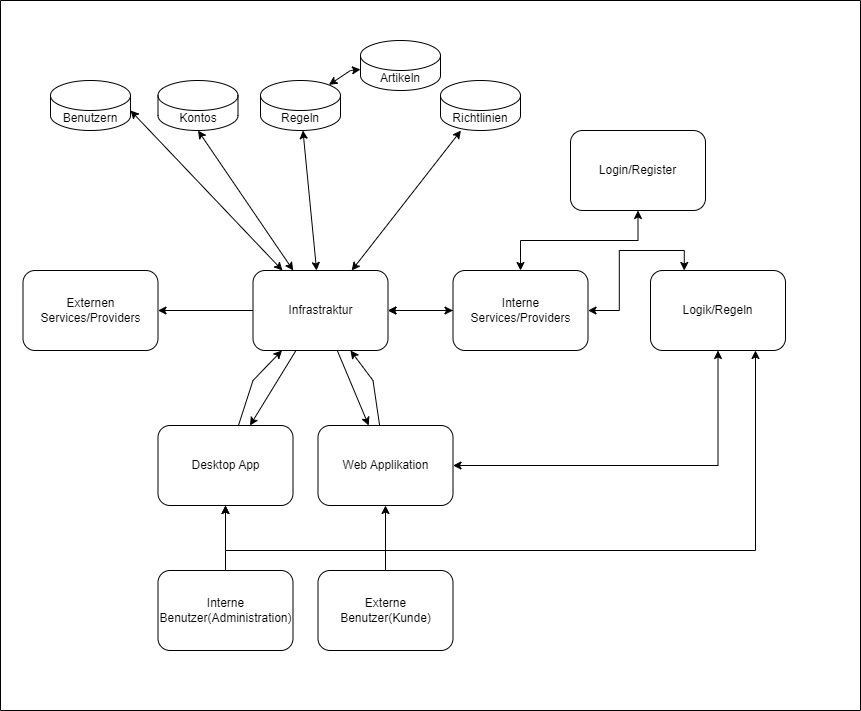
Earlier version of the draw.io export Assets/HighLevelDesignDiagramm.png (mykhaylo-zhovkevych/LibraryProject). Source tidied: cells renumbered, new cells last; positions are measured from the earlier drawing's top-left corner, leaving out a move shared by most shapes. The source it was exported from:
```xml
<mxGraphModel>
  <root>
    <mxCell id="0" />
    <mxCell id="1" parent="0" />
    <mxCell id="2" value="Externe Benutzer(Kunde)" style="rounded=1;whiteSpace=wrap;html=1;" parent="1" vertex="1">
      <mxGeometry x="317.5" y="570" width="135" height="80" as="geometry" />
    </mxCell>
    <mxCell id="3" style="swimlane;startSize=0;" parent="1" vertex="1">
      <mxGeometry width="860" height="710" as="geometry" />
    </mxCell>
    <mxCell id="4" value="Benutzern" style="shape=cylinder3;whiteSpace=wrap;html=1;boundedLbl=1;backgroundOutline=1;size=15;" parent="3" vertex="1">
      <mxGeometry x="50" y="80" width="80" height="50" as="geometry" />
    </mxCell>
    <mxCell id="5" style="edgeStyle=orthogonalEdgeStyle;rounded=0;jettySize=auto;html=1;startArrow=classic;startFill=1;" parent="3" edge="1" source="6" target="29">
      <mxGeometry relative="1" as="geometry" />
    </mxCell>
    <mxCell id="6" value="Web Applikation" style="rounded=1;whiteSpace=wrap;html=1;" parent="3" vertex="1">
      <mxGeometry x="317.5" y="425" width="135" height="80" as="geometry" />
    </mxCell>
    <mxCell id="7" value="Desktop App" style="rounded=1;whiteSpace=wrap;html=1;" parent="3" vertex="1">
      <mxGeometry x="157.5" y="425" width="135" height="80" as="geometry" />
    </mxCell>
    <mxCell id="8" value="Infrastraktur" style="rounded=1;whiteSpace=wrap;html=1;" parent="3" vertex="1">
      <mxGeometry x="252.5" y="270" width="135" height="80" as="geometry" />
    </mxCell>
    <mxCell id="9" style="endArrow=classic;html=1;rounded=0;" parent="3" edge="1" source="8" target="7">
      <mxGeometry relative="1" as="geometry" />
    </mxCell>
    <mxCell id="10" style="endArrow=classic;html=1;rounded=0;" parent="3" edge="1" source="8" target="6">
      <mxGeometry relative="1" as="geometry" />
    </mxCell>
    <mxCell id="11" style="endArrow=classic;html=1;rounded=0;" parent="3" edge="1" source="6" target="8">
      <mxGeometry relative="1" as="geometry">
        <Array as="points">
          <mxPoint x="372.5" y="380" />
        </Array>
      </mxGeometry>
    </mxCell>
    <mxCell id="12" style="endArrow=classic;html=1;rounded=0;" parent="3" edge="1" source="7" target="8">
      <mxGeometry relative="1" as="geometry">
        <Array as="points">
          <mxPoint x="252.5" y="380" />
        </Array>
      </mxGeometry>
    </mxCell>
    <mxCell id="13" style="edgeStyle=orthogonalEdgeStyle;rounded=0;jettySize=auto;html=1;entryX=1;entryY=0.5;entryDx=0;entryDy=0;" parent="3" edge="1" source="8" target="14">
      <mxGeometry relative="1" as="geometry" />
    </mxCell>
    <mxCell id="14" value="Externen Services/Providers" style="rounded=1;whiteSpace=wrap;html=1;" parent="3" vertex="1">
      <mxGeometry x="22.5" y="270" width="135" height="80" as="geometry" />
    </mxCell>
    <mxCell id="15" value="Artikeln" style="shape=cylinder3;whiteSpace=wrap;html=1;boundedLbl=1;backgroundOutline=1;size=15;" parent="3" vertex="1">
      <mxGeometry x="360" y="40" width="80" height="50" as="geometry" />
    </mxCell>
    <mxCell id="16" value="Richtlinien" style="shape=cylinder3;whiteSpace=wrap;html=1;boundedLbl=1;backgroundOutline=1;size=15;" parent="3" vertex="1">
      <mxGeometry x="440" y="80" width="80" height="50" as="geometry" />
    </mxCell>
    <mxCell id="17" value="Kontos" style="shape=cylinder3;whiteSpace=wrap;html=1;boundedLbl=1;backgroundOutline=1;size=15;" parent="3" vertex="1">
      <mxGeometry x="157.5" y="80" width="80" height="50" as="geometry" />
    </mxCell>
    <mxCell id="18" value="Regeln" style="shape=cylinder3;whiteSpace=wrap;html=1;boundedLbl=1;backgroundOutline=1;size=15;" parent="3" vertex="1">
      <mxGeometry x="260" y="80" width="80" height="50" as="geometry" />
    </mxCell>
    <mxCell id="19" style="endArrow=classic;html=1;rounded=0;entryX=0.855;entryY=0;entryDx=0;entryDy=4.35;entryPerimeter=0;startArrow=classic;startFill=1;" parent="3" edge="1" source="15" target="18">
      <mxGeometry relative="1" as="geometry">
        <Array as="points">
          <mxPoint x="350" y="70" />
        </Array>
      </mxGeometry>
    </mxCell>
    <mxCell id="20" style="endArrow=classic;startArrow=classic;html=1;rounded=0;" parent="3" edge="1" source="8" target="18">
      <mxGeometry relative="1" as="geometry" />
    </mxCell>
    <mxCell id="21" style="endArrow=classic;startArrow=classic;html=1;rounded=0;" parent="3" edge="1" source="8" target="16">
      <mxGeometry relative="1" as="geometry" />
    </mxCell>
    <mxCell id="22" style="endArrow=classic;startArrow=classic;html=1;rounded=0;entryX=1;entryY=0;entryDx=0;entryDy=30;entryPerimeter=0;" parent="3" edge="1" source="8" target="4">
      <mxGeometry relative="1" as="geometry" />
    </mxCell>
    <mxCell id="23" style="endArrow=classic;startArrow=classic;html=1;rounded=0;entryX=0.5;entryY=1;entryDx=0;entryDy=0;entryPerimeter=0;" parent="3" edge="1" source="8" target="17">
      <mxGeometry relative="1" as="geometry" />
    </mxCell>
    <mxCell id="24" style="edgeStyle=orthogonalEdgeStyle;rounded=0;jettySize=auto;html=1;entryX=1;entryY=0.5;entryDx=0;entryDy=0;endArrow=classic;endFill=1;" parent="3" edge="1" source="27" target="8">
      <mxGeometry relative="1" as="geometry">
        <Array as="points">
          <mxPoint x="430" y="310" />
          <mxPoint x="430" y="310" />
        </Array>
      </mxGeometry>
    </mxCell>
    <mxCell id="25" style="edgeStyle=orthogonalEdgeStyle;rounded=0;jettySize=auto;html=1;startArrow=classic;startFill=1;" parent="3" edge="1" source="27" target="8">
      <mxGeometry relative="1" as="geometry" />
    </mxCell>
    <mxCell id="26" style="edgeStyle=orthogonalEdgeStyle;rounded=0;jettySize=auto;html=1;entryX=0.25;entryY=0;entryDx=0;entryDy=0;startArrow=classic;startFill=1;" parent="3" edge="1" source="27" target="29">
      <mxGeometry relative="1" as="geometry" />
    </mxCell>
    <mxCell id="27" value="Interne Services/Providers" style="rounded=1;whiteSpace=wrap;html=1;" parent="3" vertex="1">
      <mxGeometry x="452.5" y="270" width="135" height="80" as="geometry" />
    </mxCell>
    <mxCell id="28" value="Login/Register" style="rounded=1;whiteSpace=wrap;html=1;" parent="3" vertex="1">
      <mxGeometry x="570" y="130" width="135" height="80" as="geometry" />
    </mxCell>
    <mxCell id="29" value="Logik/Regeln" style="rounded=1;whiteSpace=wrap;html=1;" parent="3" vertex="1">
      <mxGeometry x="650" y="270" width="135" height="80" as="geometry" />
    </mxCell>
    <mxCell id="30" style="edgeStyle=orthogonalEdgeStyle;rounded=0;jettySize=auto;html=1;startArrow=classic;startFill=1;" parent="3" edge="1" source="27" target="28">
      <mxGeometry relative="1" as="geometry" />
    </mxCell>
    <mxCell id="31" style="edgeStyle=orthogonalEdgeStyle;rounded=0;jettySize=auto;html=1;startArrow=classic;startFill=1;" parent="3" edge="1" source="7" target="29">
      <mxGeometry relative="1" as="geometry">
        <Array as="points">
          <mxPoint x="225" y="550" />
          <mxPoint x="755" y="550" />
        </Array>
      </mxGeometry>
    </mxCell>
    <mxCell id="32" style="endArrow=classic;html=1;rounded=0;exitX=0.5;exitY=0;exitDx=0;exitDy=0;" parent="1" edge="1" source="2" target="6">
      <mxGeometry relative="1" as="geometry" />
    </mxCell>
    <mxCell id="33" value="Interne Benutzer(Administration)" style="rounded=1;whiteSpace=wrap;html=1;" parent="1" vertex="1">
      <mxGeometry x="157.5" y="570" width="135" height="80" as="geometry" />
    </mxCell>
    <mxCell id="34" style="endArrow=classic;html=1;rounded=0;exitX=0.5;exitY=0;exitDx=0;exitDy=0;" parent="1" edge="1" source="33" target="7">
      <mxGeometry relative="1" as="geometry" />
    </mxCell>
  </root>
</mxGraphModel>
```
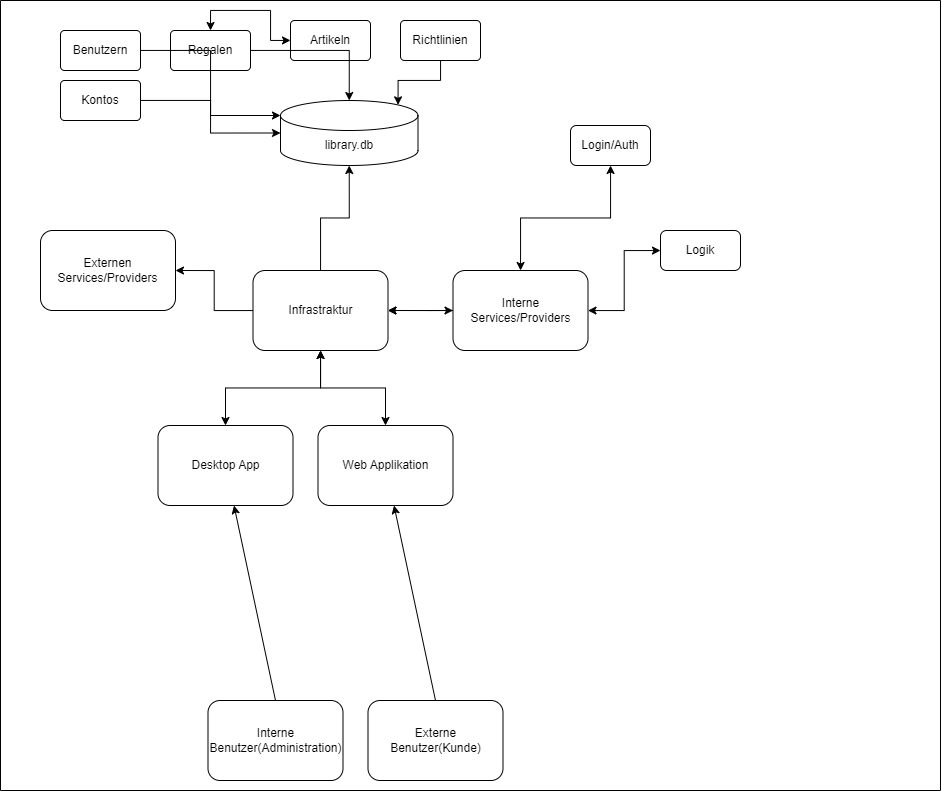
Later version of the same file.

The edit, as a diff of the source:
```diff
@@ -6,80 +6,29 @@
       <mxGeometry x="317.5" y="570" width="135" height="80" as="geometry" />
     </mxCell>
     <mxCell id="3" style="swimlane;startSize=0;" parent="1" vertex="1">
-      <mxGeometry width="860" height="710" as="geometry" />
+      <mxGeometry x="-50" y="-130" width="940" height="790" as="geometry" />
     </mxCell>
-    <mxCell id="4" value="Benutzern" style="shape=cylinder3;whiteSpace=wrap;html=1;boundedLbl=1;backgroundOutline=1;size=15;" parent="3" vertex="1">
-      <mxGeometry x="50" y="80" width="80" height="50" as="geometry" />
-    </mxCell>
-    <mxCell id="5" style="edgeStyle=orthogonalEdgeStyle;rounded=0;jettySize=auto;html=1;startArrow=classic;startFill=1;" parent="3" edge="1" source="6" target="29">
-      <mxGeometry relative="1" as="geometry" />
-    </mxCell>
+    <mxCell id="11" style="edgeStyle=orthogonalEdgeStyle;rounded=0;jettySize=auto;html=1;startArrow=classic;startFill=1;" parent="3" edge="1" source="6" target="8">
+      <mxGeometry relative="1" as="geometry" />
+    </mxCell>
     <mxCell id="6" value="Web Applikation" style="rounded=1;whiteSpace=wrap;html=1;" parent="3" vertex="1">
       <mxGeometry x="317.5" y="425" width="135" height="80" as="geometry" />
     </mxCell>
+    <mxCell id="12" style="edgeStyle=orthogonalEdgeStyle;rounded=0;jettySize=auto;html=1;startArrow=classic;startFill=1;" parent="3" edge="1" source="7" target="8">
+      <mxGeometry relative="1" as="geometry" />
+    </mxCell>
     <mxCell id="7" value="Desktop App" style="rounded=1;whiteSpace=wrap;html=1;" parent="3" vertex="1">
       <mxGeometry x="157.5" y="425" width="135" height="80" as="geometry" />
     </mxCell>
     <mxCell id="8" value="Infrastraktur" style="rounded=1;whiteSpace=wrap;html=1;" parent="3" vertex="1">
       <mxGeometry x="252.5" y="270" width="135" height="80" as="geometry" />
     </mxCell>
-    <mxCell id="9" style="endArrow=classic;html=1;rounded=0;" parent="3" edge="1" source="8" target="7">
-      <mxGeometry relative="1" as="geometry" />
-    </mxCell>
-    <mxCell id="10" style="endArrow=classic;html=1;rounded=0;" parent="3" edge="1" source="8" target="6">
-      <mxGeometry relative="1" as="geometry" />
-    </mxCell>
-    <mxCell id="11" style="endArrow=classic;html=1;rounded=0;" parent="3" edge="1" source="6" target="8">
-      <mxGeometry relative="1" as="geometry">
-        <Array as="points">
-          <mxPoint x="372.5" y="380" />
-        </Array>
-      </mxGeometry>
-    </mxCell>
-    <mxCell id="12" style="endArrow=classic;html=1;rounded=0;" parent="3" edge="1" source="7" target="8">
-      <mxGeometry relative="1" as="geometry">
-        <Array as="points">
-          <mxPoint x="252.5" y="380" />
-        </Array>
-      </mxGeometry>
-    </mxCell>
     <mxCell id="13" style="edgeStyle=orthogonalEdgeStyle;rounded=0;jettySize=auto;html=1;entryX=1;entryY=0.5;entryDx=0;entryDy=0;" parent="3" edge="1" source="8" target="14">
       <mxGeometry relative="1" as="geometry" />
     </mxCell>
     <mxCell id="14" value="Externen Services/Providers" style="rounded=1;whiteSpace=wrap;html=1;" parent="3" vertex="1">
-      <mxGeometry x="22.5" y="270" width="135" height="80" as="geometry" />
+      <mxGeometry x="40" y="230" width="135" height="80" as="geometry" />
     </mxCell>
-    <mxCell id="15" value="Artikeln" style="shape=cylinder3;whiteSpace=wrap;html=1;boundedLbl=1;backgroundOutline=1;size=15;" parent="3" vertex="1">
-      <mxGeometry x="360" y="40" width="80" height="50" as="geometry" />
-    </mxCell>
-    <mxCell id="16" value="Richtlinien" style="shape=cylinder3;whiteSpace=wrap;html=1;boundedLbl=1;backgroundOutline=1;size=15;" parent="3" vertex="1">
-      <mxGeometry x="440" y="80" width="80" height="50" as="geometry" />
-    </mxCell>
-    <mxCell id="17" value="Kontos" style="shape=cylinder3;whiteSpace=wrap;html=1;boundedLbl=1;backgroundOutline=1;size=15;" parent="3" vertex="1">
-      <mxGeometry x="157.5" y="80" width="80" height="50" as="geometry" />
-    </mxCell>
-    <mxCell id="18" value="Regeln" style="shape=cylinder3;whiteSpace=wrap;html=1;boundedLbl=1;backgroundOutline=1;size=15;" parent="3" vertex="1">
-      <mxGeometry x="260" y="80" width="80" height="50" as="geometry" />
-    </mxCell>
-    <mxCell id="19" style="endArrow=classic;html=1;rounded=0;entryX=0.855;entryY=0;entryDx=0;entryDy=4.35;entryPerimeter=0;startArrow=classic;startFill=1;" parent="3" edge="1" source="15" target="18">
-      <mxGeometry relative="1" as="geometry">
-        <Array as="points">
-          <mxPoint x="350" y="70" />
-        </Array>
-      </mxGeometry>
-    </mxCell>
-    <mxCell id="20" style="endArrow=classic;startArrow=classic;html=1;rounded=0;" parent="3" edge="1" source="8" target="18">
-      <mxGeometry relative="1" as="geometry" />
-    </mxCell>
-    <mxCell id="21" style="endArrow=classic;startArrow=classic;html=1;rounded=0;" parent="3" edge="1" source="8" target="16">
-      <mxGeometry relative="1" as="geometry" />
-    </mxCell>
-    <mxCell id="22" style="endArrow=classic;startArrow=classic;html=1;rounded=0;entryX=1;entryY=0;entryDx=0;entryDy=30;entryPerimeter=0;" parent="3" edge="1" source="8" target="4">
-      <mxGeometry relative="1" as="geometry" />
-    </mxCell>
-    <mxCell id="23" style="endArrow=classic;startArrow=classic;html=1;rounded=0;entryX=0.5;entryY=1;entryDx=0;entryDy=0;entryPerimeter=0;" parent="3" edge="1" source="8" target="17">
-      <mxGeometry relative="1" as="geometry" />
-    </mxCell>
     <mxCell id="24" style="edgeStyle=orthogonalEdgeStyle;rounded=0;jettySize=auto;html=1;entryX=1;entryY=0.5;entryDx=0;entryDy=0;endArrow=classic;endFill=1;" parent="3" edge="1" source="27" target="8">
       <mxGeometry relative="1" as="geometry">
         <Array as="points">
@@ -91,29 +40,57 @@
     <mxCell id="25" style="edgeStyle=orthogonalEdgeStyle;rounded=0;jettySize=auto;html=1;startArrow=classic;startFill=1;" parent="3" edge="1" source="27" target="8">
       <mxGeometry relative="1" as="geometry" />
     </mxCell>
-    <mxCell id="26" style="edgeStyle=orthogonalEdgeStyle;rounded=0;jettySize=auto;html=1;entryX=0.25;entryY=0;entryDx=0;entryDy=0;startArrow=classic;startFill=1;" parent="3" edge="1" source="27" target="29">
+    <mxCell id="26" style="edgeStyle=orthogonalEdgeStyle;rounded=0;jettySize=auto;html=1;startArrow=classic;startFill=1;" parent="3" edge="1" source="27" target="43">
       <mxGeometry relative="1" as="geometry" />
     </mxCell>
     <mxCell id="27" value="Interne Services/Providers" style="rounded=1;whiteSpace=wrap;html=1;" parent="3" vertex="1">
       <mxGeometry x="452.5" y="270" width="135" height="80" as="geometry" />
     </mxCell>
-    <mxCell id="28" value="Login/Register" style="rounded=1;whiteSpace=wrap;html=1;" parent="3" vertex="1">
-      <mxGeometry x="570" y="130" width="135" height="80" as="geometry" />
+    <mxCell id="28" value="Login/Auth" style="rounded=1;whiteSpace=wrap;html=1;" parent="3" vertex="1">
+      <mxGeometry x="570" y="125" width="80" height="40" as="geometry" />
     </mxCell>
-    <mxCell id="29" value="Logik/Regeln" style="rounded=1;whiteSpace=wrap;html=1;" parent="3" vertex="1">
-      <mxGeometry x="650" y="270" width="135" height="80" as="geometry" />
-    </mxCell>
     <mxCell id="30" style="edgeStyle=orthogonalEdgeStyle;rounded=0;jettySize=auto;html=1;startArrow=classic;startFill=1;" parent="3" edge="1" source="27" target="28">
       <mxGeometry relative="1" as="geometry" />
     </mxCell>
-    <mxCell id="31" style="edgeStyle=orthogonalEdgeStyle;rounded=0;jettySize=auto;html=1;startArrow=classic;startFill=1;" parent="3" edge="1" source="7" target="29">
-      <mxGeometry relative="1" as="geometry">
-        <Array as="points">
-          <mxPoint x="225" y="550" />
-          <mxPoint x="755" y="550" />
-        </Array>
-      </mxGeometry>
-    </mxCell>
+    <mxCell id="35" value="library.db" style="shape=cylinder3;whiteSpace=wrap;html=1;boundedLbl=1;backgroundOutline=1;size=15;" parent="3" vertex="1">
+      <mxGeometry x="280" y="100" width="137.5" height="65" as="geometry" />
+    </mxCell>
+    <mxCell id="36" style="edgeStyle=orthogonalEdgeStyle;rounded=0;jettySize=auto;html=1;entryX=0.5;entryY=1;entryDx=0;entryDy=0;entryPerimeter=0;" parent="3" edge="1" source="8" target="35">
+      <mxGeometry relative="1" as="geometry" />
+    </mxCell>
+    <mxCell id="4" value="Benutzern" style="rounded=1;arcSize=10;whiteSpace=wrap;html=1;align=center;" parent="3" vertex="1">
+      <mxGeometry x="60" y="30" width="80" height="40" as="geometry" />
+    </mxCell>
+    <mxCell id="17" value="Kontos" style="rounded=1;arcSize=10;whiteSpace=wrap;html=1;align=center;" parent="3" vertex="1">
+      <mxGeometry x="60" y="80" width="80" height="40" as="geometry" />
+    </mxCell>
+    <mxCell id="37" value="Regalen" style="rounded=1;arcSize=10;whiteSpace=wrap;html=1;align=center;" parent="3" vertex="1">
+      <mxGeometry x="170" y="30" width="80" height="40" as="geometry" />
+    </mxCell>
+    <mxCell id="15" value="Artikeln" style="rounded=1;arcSize=10;whiteSpace=wrap;html=1;align=center;" parent="3" vertex="1">
+      <mxGeometry x="290" y="20" width="80" height="40" as="geometry" />
+    </mxCell>
+    <mxCell id="38" style="edgeStyle=orthogonalEdgeStyle;rounded=0;jettySize=auto;html=1;entryX=0.5;entryY=0;entryDx=0;entryDy=0;startArrow=classic;startFill=1;" parent="3" edge="1" source="15" target="37">
+      <mxGeometry relative="1" as="geometry" />
+    </mxCell>
+    <mxCell id="16" value="Richtlinien" style="rounded=1;arcSize=10;whiteSpace=wrap;html=1;align=center;" parent="3" vertex="1">
+      <mxGeometry x="400" y="20" width="80" height="40" as="geometry" />
+    </mxCell>
+    <mxCell id="39" style="edgeStyle=orthogonalEdgeStyle;rounded=0;jettySize=auto;html=1;entryX=0;entryY=0;entryDx=0;entryDy=15;entryPerimeter=0;" parent="3" edge="1" source="4" target="35">
+      <mxGeometry relative="1" as="geometry" />
+    </mxCell>
+    <mxCell id="40" style="edgeStyle=orthogonalEdgeStyle;rounded=0;jettySize=auto;html=1;entryX=0;entryY=0.5;entryDx=0;entryDy=0;entryPerimeter=0;" parent="3" edge="1" source="17" target="35">
+      <mxGeometry relative="1" as="geometry" />
+    </mxCell>
+    <mxCell id="41" style="edgeStyle=orthogonalEdgeStyle;rounded=0;jettySize=auto;html=1;entryX=0.5;entryY=0;entryDx=0;entryDy=0;entryPerimeter=0;" parent="3" edge="1" source="37" target="35">
+      <mxGeometry relative="1" as="geometry" />
+    </mxCell>
+    <mxCell id="42" style="edgeStyle=orthogonalEdgeStyle;rounded=0;jettySize=auto;html=1;entryX=0.855;entryY=0;entryDx=0;entryDy=4.35;entryPerimeter=0;" parent="3" edge="1" source="16" target="35">
+      <mxGeometry relative="1" as="geometry" />
+    </mxCell>
+    <mxCell id="43" value="Logik" style="rounded=1;whiteSpace=wrap;html=1;" parent="3" vertex="1">
+      <mxGeometry x="660" y="230" width="80" height="40" as="geometry" />
+    </mxCell>
     <mxCell id="32" style="endArrow=classic;html=1;rounded=0;exitX=0.5;exitY=0;exitDx=0;exitDy=0;" parent="1" edge="1" source="2" target="6">
       <mxGeometry relative="1" as="geometry" />
     </mxCell>
```
